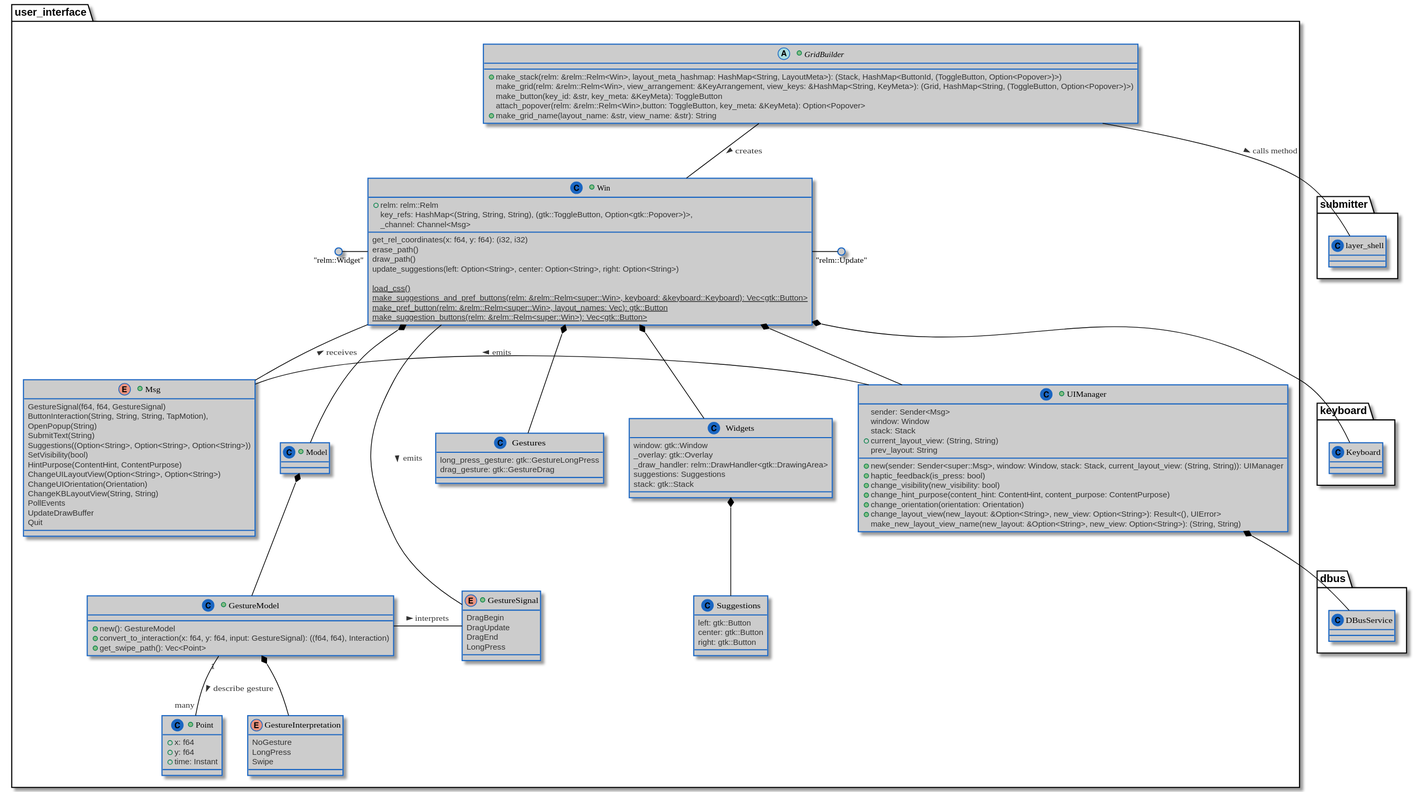
Above: docs/diagrams/out/class/user_interface/user_interface.svg in pentamassiv/keyboard (PlantUML), before the change.
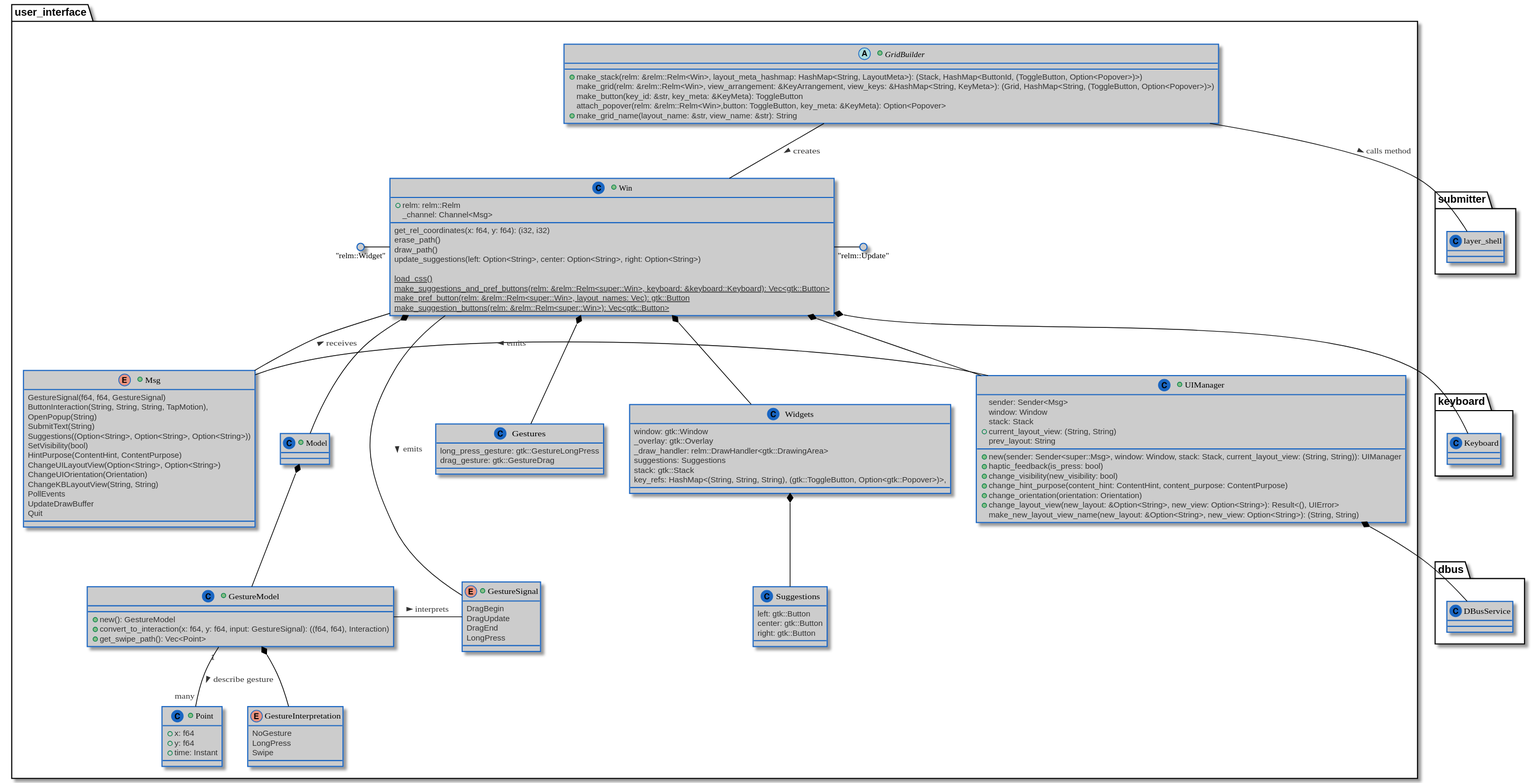
The same diagram one commit later.

Commit message:
Updated diagrams to reflext moved key_refs

Change to the diagram source:
```diff
@@ -39,11 +39,11 @@
         {field} _draw_handler: relm::DrawHandler<gtk::DrawingArea>
         {field} suggestions: Suggestions
         {field} stack: gtk::Stack
+        {field} key_refs: HashMap<(String, String, String), (gtk::ToggleButton, Option<gtk::Popover>)>,
     }
 
     +class Win {
         {field} +relm: relm::Relm
-        {field} key_refs: HashMap<(String, String, String), (gtk::ToggleButton, Option<gtk::Popover>)>,
         {field} _channel: Channel<Msg>
 
         {method} get_rel_coordinates(x: f64, y: f64): (i32, i32)
```
